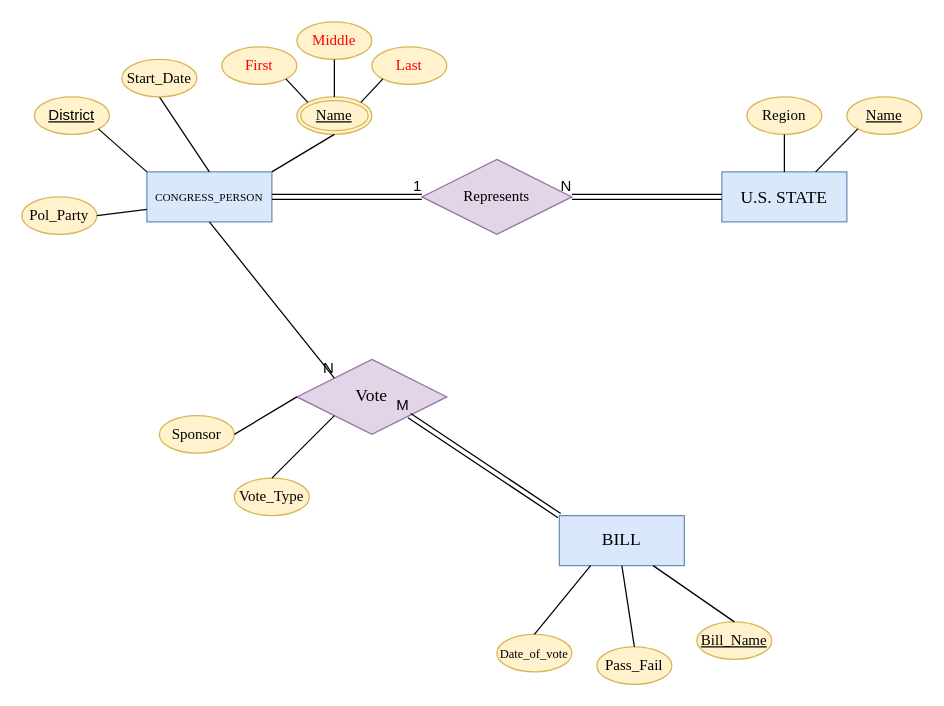
cameron-ellis/US-HouseofReps-ER keeps this draw.io diagram as US_HouseofReps_ER.drawio. Above is the earlier version. Source tidied: cells renumbered, new cells numbered last; positions are measured from the earlier drawing's top-left corner, leaving out a move shared by most shapes. Both pictures are drawn from the tidied source at 125%, with x=0, y=0 at pixel (21, 21).
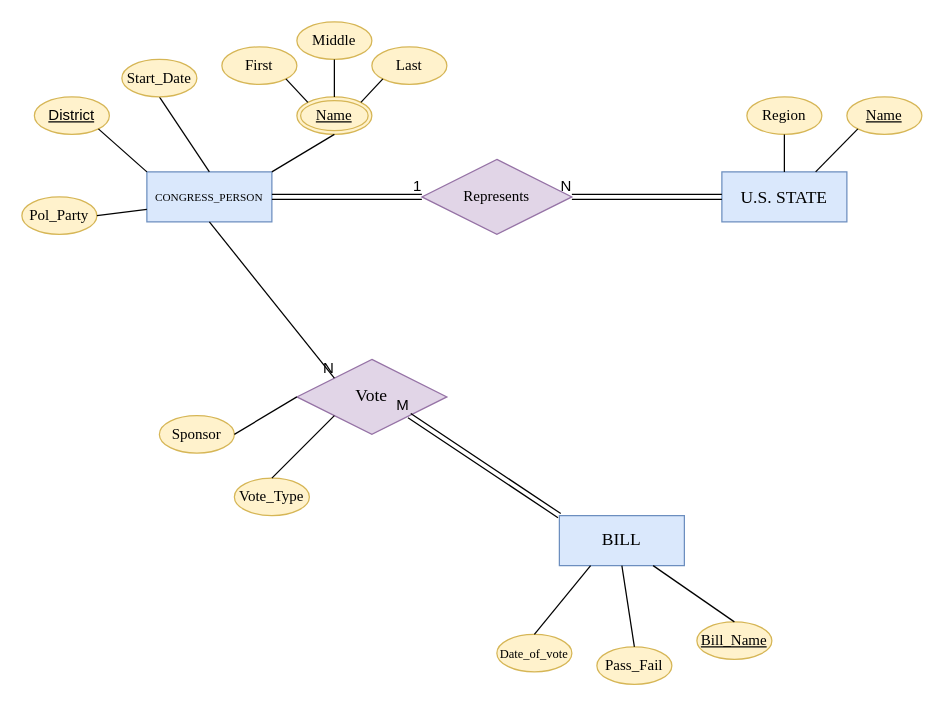
After the change.

Commit message:
undo name multivalue red font

Change to the diagram source:
```diff
@@
-    <mxCell id="10" value="&lt;font face=&quot;Times New Roman&quot; color=&quot;#ff0000&quot;&gt;First&lt;/font&gt;" style="ellipse;whiteSpace=wrap;html=1;strokeColor=#d6b656;fillColor=#fff2cc;" parent="1" vertex="1">
+    <mxCell id="10" value="&lt;font face=&quot;Times New Roman&quot;&gt;First&lt;/font&gt;" style="ellipse;whiteSpace=wrap;html=1;strokeColor=#d6b656;fillColor=#fff2cc;" parent="1" vertex="1">
       <mxGeometry x="160" y="20" width="60" height="30" as="geometry" />
     </mxCell>
-    <mxCell id="11" value="&lt;font face=&quot;Times New Roman&quot; color=&quot;#ff0000&quot;&gt;Middle&lt;/font&gt;" style="ellipse;whiteSpace=wrap;html=1;strokeColor=#d6b656;fillColor=#fff2cc;" parent="1" vertex="1">
+    <mxCell id="11" value="&lt;font face=&quot;Times New Roman&quot;&gt;Middle&lt;/font&gt;" style="ellipse;whiteSpace=wrap;html=1;strokeColor=#d6b656;fillColor=#fff2cc;" parent="1" vertex="1">
       <mxGeometry x="220" width="60" height="30" as="geometry" />
     </mxCell>
-    <mxCell id="12" value="&lt;font face=&quot;Times New Roman&quot; color=&quot;#ff0000&quot;&gt;Last&lt;/font&gt;" style="ellipse;whiteSpace=wrap;html=1;strokeColor=#d6b656;fillColor=#fff2cc;" parent="1" vertex="1">
+    <mxCell id="12" value="&lt;font face=&quot;Times New Roman&quot;&gt;Last&lt;/font&gt;" style="ellipse;whiteSpace=wrap;html=1;strokeColor=#d6b656;fillColor=#fff2cc;" parent="1" vertex="1">
       <mxGeometry x="280" y="20" width="60" height="30" as="geometry" />
     </mxCell>
```
